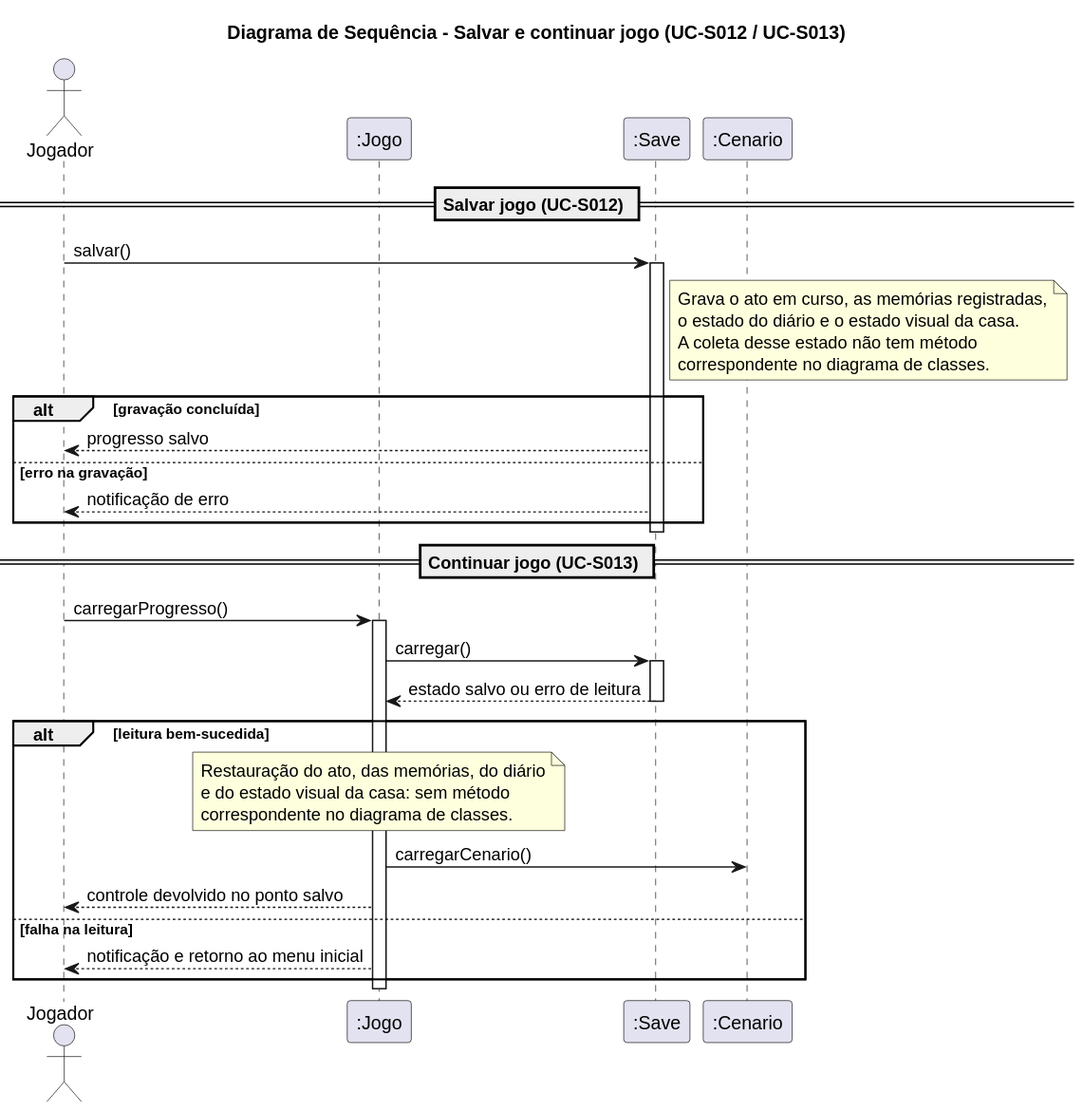
omatheusfaria/Ani keeps this PlantUML diagram as docs/diagramas/sequencia-salvar-continuar.svg. Above is the earlier version. The source it was exported from:
```plantuml
@startuml
title Diagrama de Sequência - Salvar e continuar jogo (UC-S012 / UC-S013)

actor Jogador
participant ":Jogo" as Jogo
participant ":Save" as Save
participant ":Cenario" as Cen

== Salvar jogo (UC-S012) ==
Jogador -> Save : salvar()
activate Save
note right of Save
  Grava o ato em curso, as memórias registradas,
  o estado do diário e o estado visual da casa.
  A coleta desse estado não tem método
  correspondente no diagrama de classes.
end note
alt gravação concluída
  Save --> Jogador : progresso salvo
else erro na gravação
  Save --> Jogador : notificação de erro
end
deactivate Save

== Continuar jogo (UC-S013) ==
Jogador -> Jogo : carregarProgresso()
activate Jogo
Jogo -> Save : carregar()
activate Save
Save --> Jogo : estado salvo ou erro de leitura
deactivate Save
alt leitura bem-sucedida
  note over Jogo
    Restauração do ato, das memórias, do diário
    e do estado visual da casa: sem método
    correspondente no diagrama de classes.
  end note
  Jogo -> Cen : carregarCenario()
  Jogo --> Jogador : controle devolvido no ponto salvo
else falha na leitura
  Jogo --> Jogador : notificação e retorno ao menu inicial
end
deactivate Jogo
@enduml
```
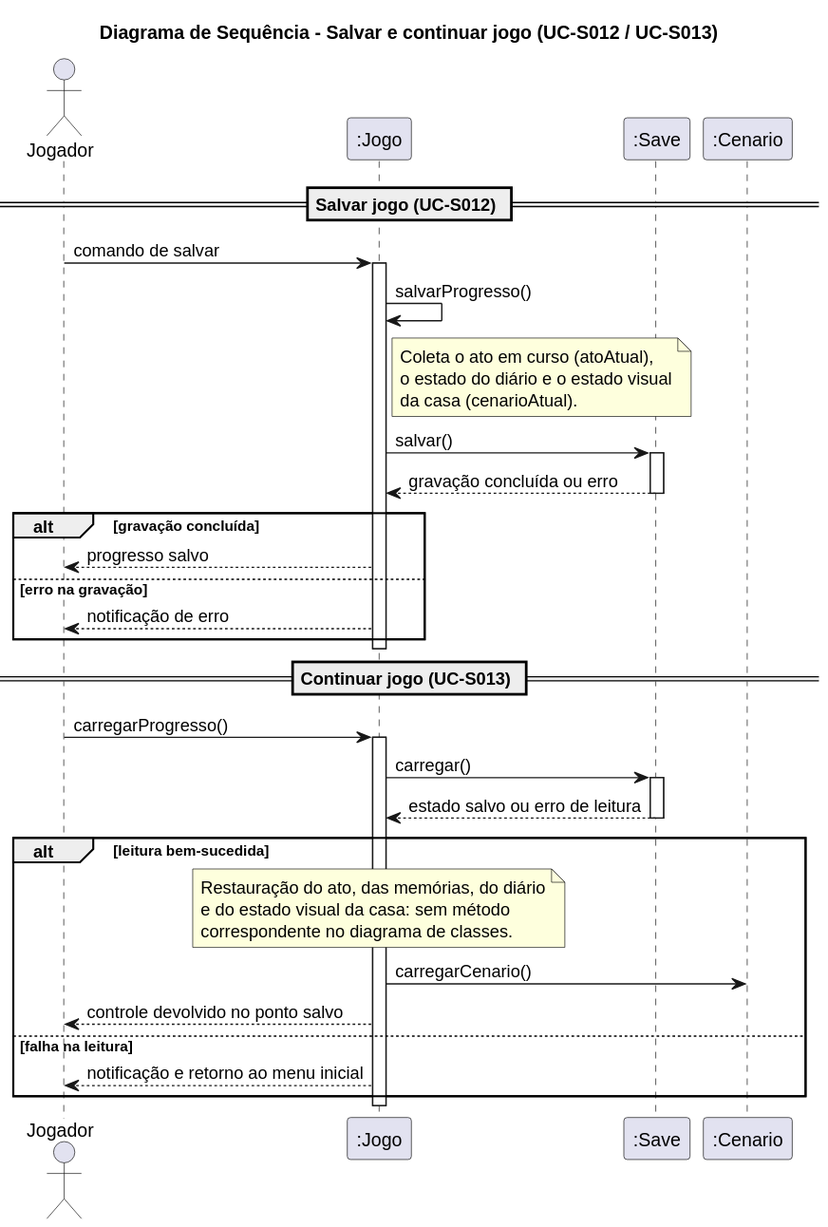
After the change.

Commit message:
Acrescenta Jogo.salvarProgresso(), que coleta o estado e chama Save.salvar() (item 60, decisão 3)

Diff of the diagram source:
```diff
@@ -7,20 +7,24 @@
 participant ":Cenario" as Cen
 
 == Salvar jogo (UC-S012) ==
-Jogador -> Save : salvar()
+Jogador -> Jogo : comando de salvar
+activate Jogo
+Jogo -> Jogo : salvarProgresso()
+note right of Jogo
+  Coleta o ato em curso (atoAtual),
+  o estado do diário e o estado visual
+  da casa (cenarioAtual).
+end note
+Jogo -> Save : salvar()
 activate Save
-note right of Save
-  Grava o ato em curso, as memórias registradas,
-  o estado do diário e o estado visual da casa.
-  A coleta desse estado não tem método
-  correspondente no diagrama de classes.
-end note
+Save --> Jogo : gravação concluída ou erro
+deactivate Save
 alt gravação concluída
-  Save --> Jogador : progresso salvo
+  Jogo --> Jogador : progresso salvo
 else erro na gravação
-  Save --> Jogador : notificação de erro
+  Jogo --> Jogador : notificação de erro
 end
-deactivate Save
+deactivate Jogo
 
 == Continuar jogo (UC-S013) ==
 Jogador -> Jogo : carregarProgresso()
```
